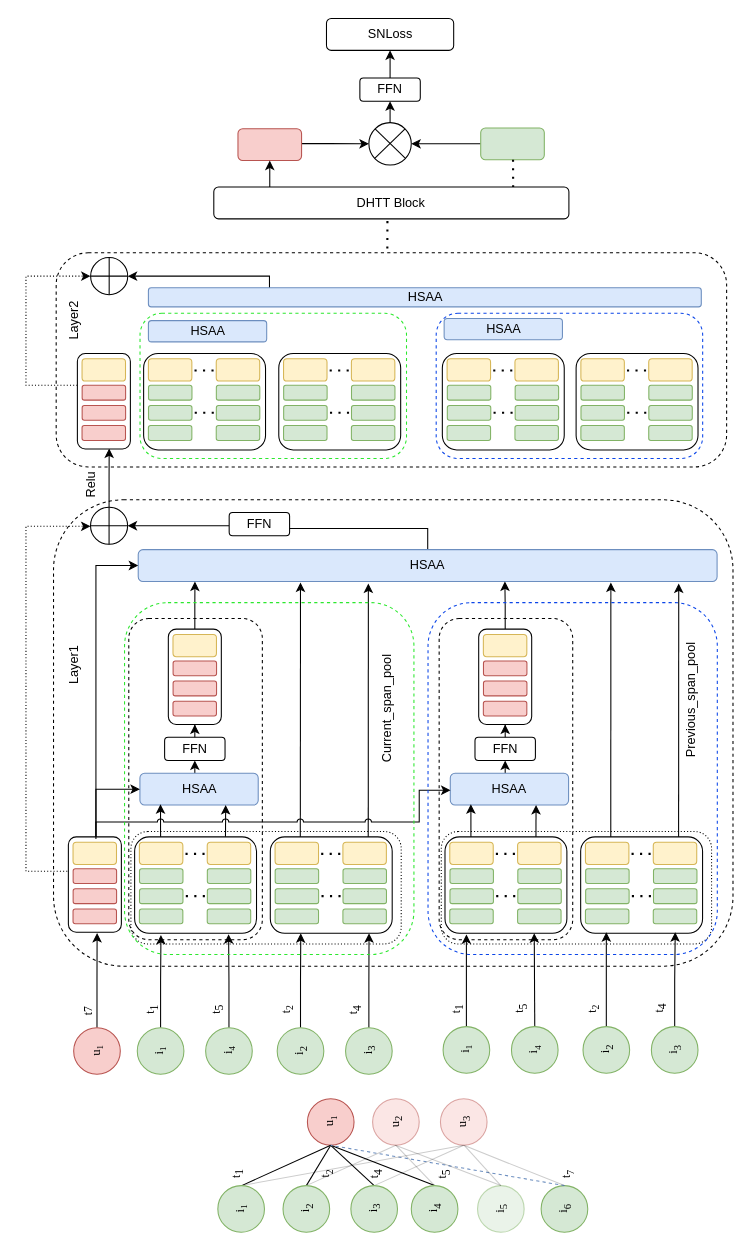
Earlier version of the draw.io diagram MyGNN_easy.drawio (ZYNsama666/BackUp). Source tidied: cells renumbered, new cells numbered last; positions are measured from the earlier drawing's top-left corner, leaving out a move shared by most shapes. Both pictures are drawn from the tidied source at 106%, with x=0, y=0 at pixel (25, 18).
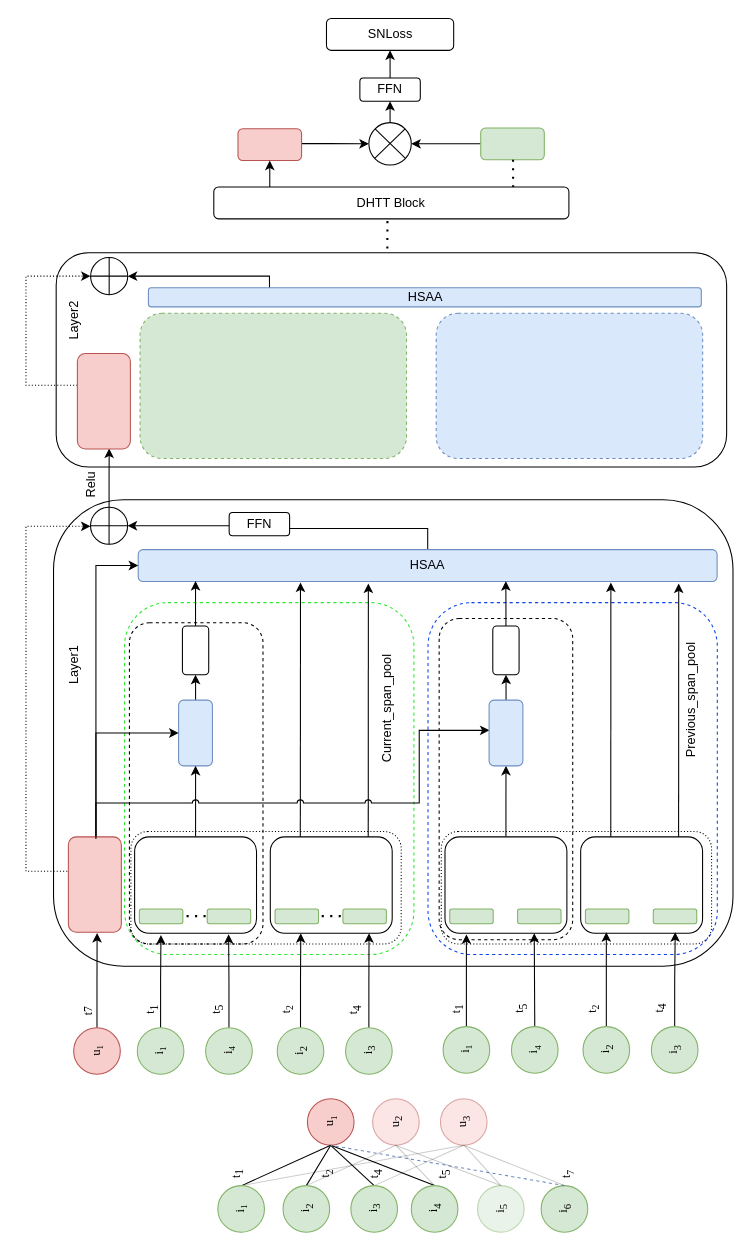
The same page after the edit.

The change refers to these unchanged cells:
```xml
<mxCell id="20" value="HSAA" style="rounded=1;whiteSpace=wrap;html=1;fillColor=#dae8fc;strokeColor=#6c8ebf;" parent="1" vertex="1">
  <mxGeometry x="105.9" y="501" width="546.1" height="30" as="geometry" />
</mxCell>
<mxCell id="148" style="rounded=1;whiteSpace=wrap;html=1;" parent="1" vertex="1">
  <mxGeometry x="102.5" y="772" width="115" height="91" as="geometry" />
</mxCell>
<mxCell id="186" style="rounded=1;whiteSpace=wrap;html=1;" parent="1" vertex="1">
  <mxGeometry x="395.3" y="772" width="115" height="91" as="geometry" />
</mxCell>
```

What changed in the source:
```diff
@@
+    <mxCell id="223" style="rounded=1;whiteSpace=wrap;html=1;dashed=1;fillColor=none;strokeColor=#0C46E8;" parent="1" vertex="1">
+      <mxGeometry x="379.3" y="551" width="272.9" height="332" as="geometry" />
+    </mxCell>
+    <mxCell id="221" style="rounded=1;whiteSpace=wrap;html=1;dashed=1;fillColor=none;strokeColor=#2ce82f;" parent="1" vertex="1">
+      <mxGeometry x="93" y="551" width="273" height="332" as="geometry" />
+    </mxCell>
-    <mxCell id="2" style="rounded=1;whiteSpace=wrap;html=1;dashed=1;fillColor=none;glass=0;" parent="1" vertex="1">
+    <mxCell id="2" style="rounded=1;whiteSpace=wrap;html=1;fillColor=none;glass=0;strokeColor=default;" parent="1" vertex="1">
       <mxGeometry x="26" y="454" width="641" height="440" as="geometry" />
     </mxCell>
     <mxCell id="3" style="rounded=1;whiteSpace=wrap;html=1;dashed=1;" parent="1" vertex="1">
-      <mxGeometry x="97" y="566" width="126" height="303" as="geometry" />
+      <mxGeometry x="97.6" y="570" width="126" height="303" as="geometry" />
     </mxCell>
@@
-    <mxCell id="5" style="rounded=1;whiteSpace=wrap;html=1;dashed=1;fillColor=none;" parent="1" vertex="1">
+    <mxCell id="5" style="rounded=1;whiteSpace=wrap;html=1;fillColor=none;" parent="1" vertex="1">
       <mxGeometry x="28.5" y="221" width="632.5" height="202" as="geometry" />
     </mxCell>
@@
-    <mxCell id="21" style="edgeStyle=orthogonalEdgeStyle;rounded=0;jettySize=auto;html=1;entryX=0.5;entryY=1;entryDx=0;entryDy=0;" parent="1" edge="1" target="27">
-      <mxGeometry relative="1" as="geometry">
-        <mxPoint x="159.3" y="712" as="sourcePoint" />
-      </mxGeometry>
-    </mxCell>
+    <mxCell id="231" style="edgeStyle=orthogonalEdgeStyle;rounded=0;jettySize=auto;html=1;" parent="1" edge="1" source="22" target="27">
+      <mxGeometry relative="1" as="geometry" />
+    </mxCell>
-    <mxCell id="22" value="HSAA" style="rounded=1;whiteSpace=wrap;html=1;fillColor=#dae8fc;strokeColor=#6c8ebf;" parent="1" vertex="1">
-      <mxGeometry x="107.5" y="712" width="111.6" height="30" as="geometry" />
+    <mxCell id="22" style="rounded=1;whiteSpace=wrap;html=1;fillColor=#dae8fc;strokeColor=#6c8ebf;" parent="1" vertex="1">
+      <mxGeometry x="144" y="643" width="31.9" height="62" as="geometry" />
     </mxCell>
     <mxCell id="23" style="edgeStyle=orthogonalEdgeStyle;rounded=0;jettySize=auto;html=1;entryX=0;entryY=0.5;entryDx=0;entryDy=0;" parent="1" edge="1" target="22">
       <mxGeometry relative="1" as="geometry">
         <mxPoint x="66" y="774" as="sourcePoint" />
         <Array as="points">
-          <mxPoint x="66" y="727" />
+          <mxPoint x="66" y="674" />
         </Array>
       </mxGeometry>
     </mxCell>
@@
-    <mxCell id="26" style="edgeStyle=orthogonalEdgeStyle;rounded=0;jettySize=auto;html=1;entryX=0.5;entryY=1;entryDx=0;entryDy=0;" parent="1" edge="1" source="27" target="138">
-      <mxGeometry relative="1" as="geometry" />
-    </mxCell>
+    <mxCell id="232" style="edgeStyle=orthogonalEdgeStyle;rounded=0;jettySize=auto;html=1;entryX=0.099;entryY=0.988;entryDx=0;entryDy=0;entryPerimeter=0;" parent="1" edge="1" source="27" target="20">
+      <mxGeometry relative="1" as="geometry" />
+    </mxCell>
-    <mxCell id="27" value="FFN" style="rounded=1;whiteSpace=wrap;html=1;" parent="1" vertex="1">
-      <mxGeometry x="130.8" y="678" width="57" height="22" as="geometry" />
+    <mxCell id="27" style="rounded=1;whiteSpace=wrap;html=1;" parent="1" vertex="1">
+      <mxGeometry x="147.6" y="573" width="24.8" height="46" as="geometry" />
     </mxCell>
-    <mxCell id="28" style="endArrow=classic;html=1;rounded=0;exitX=0.217;exitY=-0.001;exitDx=0;exitDy=0;exitPerimeter=0;entryX=0.174;entryY=0.976;entryDx=0;entryDy=0;entryPerimeter=0;" parent="1" edge="1" target="22">
-      <mxGeometry relative="1" as="geometry">
-        <mxPoint x="127" y="773.9" as="sourcePoint" />
-      </mxGeometry>
-    </mxCell>
-    <mxCell id="29" style="endArrow=classic;html=1;rounded=0;exitX=0.75;exitY=0;exitDx=0;exitDy=0;entryX=0.725;entryY=0.998;entryDx=0;entryDy=0;entryPerimeter=0;" parent="1" edge="1" target="22">
-      <mxGeometry relative="1" as="geometry">
-        <mxPoint x="188.2" y="774" as="sourcePoint" />
-      </mxGeometry>
-    </mxCell>
@@
-    <mxCell id="37" style="rounded=1;whiteSpace=wrap;html=1;" parent="1" vertex="1">
+    <mxCell id="37" style="rounded=1;whiteSpace=wrap;html=1;fillColor=#f8cecc;strokeColor=#b85450;" parent="1" vertex="1">
       <mxGeometry x="48.5" y="316" width="50" height="90" as="geometry" />
     </mxCell>
-    <mxCell id="38" style="rounded=1;whiteSpace=wrap;html=1;fillColor=#f8cecc;strokeColor=#b85450;" parent="1" vertex="1">
-      <mxGeometry x="52.9" y="384" width="41" height="14" as="geometry" />
-    </mxCell>
-    <mxCell id="39" style="rounded=1;whiteSpace=wrap;html=1;fillColor=#fff2cc;strokeColor=#d6b656;" parent="1" vertex="1">
-      <mxGeometry x="52.9" y="321" width="41" height="21" as="geometry" />
-    </mxCell>
@@
-    <mxCell id="94" style="rounded=1;whiteSpace=wrap;html=1;fillColor=#f8cecc;strokeColor=#b85450;" parent="1" vertex="1">
-      <mxGeometry x="53" y="365" width="41" height="14" as="geometry" />
-    </mxCell>
-    <mxCell id="95" style="rounded=1;whiteSpace=wrap;html=1;fillColor=#f8cecc;strokeColor=#b85450;" parent="1" vertex="1">
-      <mxGeometry x="53" y="346" width="41" height="14" as="geometry" />
-    </mxCell>
@@
-    <mxCell id="137" style="edgeStyle=orthogonalEdgeStyle;rounded=0;jettySize=auto;html=1;entryX=0.098;entryY=1.005;entryDx=0;entryDy=0;entryPerimeter=0;" parent="1" edge="1" source="138" target="20">
-      <mxGeometry relative="1" as="geometry" />
-    </mxCell>
-    <mxCell id="138" style="rounded=1;whiteSpace=wrap;html=1;" parent="1" vertex="1">
-      <mxGeometry x="134.3" y="576" width="50" height="90" as="geometry" />
-    </mxCell>
-    <mxCell id="139" style="rounded=1;whiteSpace=wrap;html=1;fillColor=#f8cecc;strokeColor=#b85450;" parent="1" vertex="1">
-      <mxGeometry x="138.7" y="644" width="41" height="14" as="geometry" />
-    </mxCell>
-    <mxCell id="140" style="rounded=1;whiteSpace=wrap;html=1;fillColor=#fff2cc;strokeColor=#d6b656;" parent="1" vertex="1">
-      <mxGeometry x="138.7" y="581" width="41" height="21" as="geometry" />
-    </mxCell>
-    <mxCell id="141" style="rounded=1;whiteSpace=wrap;html=1;fillColor=#f8cecc;strokeColor=#b85450;" parent="1" vertex="1">
-      <mxGeometry x="138.8" y="625" width="41" height="14" as="geometry" />
-    </mxCell>
-    <mxCell id="142" style="rounded=1;whiteSpace=wrap;html=1;fillColor=#f8cecc;strokeColor=#b85450;" parent="1" vertex="1">
-      <mxGeometry x="138.8" y="606" width="41" height="14" as="geometry" />
-    </mxCell>
-    <mxCell id="143" style="rounded=1;whiteSpace=wrap;html=1;" parent="1" vertex="1">
+    <mxCell id="143" style="rounded=1;whiteSpace=wrap;html=1;fillColor=#f8cecc;strokeColor=#b85450;" parent="1" vertex="1">
       <mxGeometry x="40" y="772" width="50" height="90" as="geometry" />
     </mxCell>
-    <mxCell id="144" style="rounded=1;whiteSpace=wrap;html=1;fillColor=#f8cecc;strokeColor=#b85450;" parent="1" vertex="1">
-      <mxGeometry x="44.4" y="840" width="41" height="14" as="geometry" />
-    </mxCell>
-    <mxCell id="145" style="rounded=1;whiteSpace=wrap;html=1;fillColor=#fff2cc;strokeColor=#d6b656;" parent="1" vertex="1">
-      <mxGeometry x="44.4" y="777" width="41" height="21" as="geometry" />
-    </mxCell>
-    <mxCell id="146" style="rounded=1;whiteSpace=wrap;html=1;fillColor=#f8cecc;strokeColor=#b85450;" parent="1" vertex="1">
-      <mxGeometry x="44.5" y="821" width="41" height="14" as="geometry" />
-    </mxCell>
-    <mxCell id="147" style="rounded=1;whiteSpace=wrap;html=1;fillColor=#f8cecc;strokeColor=#b85450;" parent="1" vertex="1">
-      <mxGeometry x="44.5" y="802" width="41" height="14" as="geometry" />
-    </mxCell>
+    <mxCell id="233" style="edgeStyle=orthogonalEdgeStyle;rounded=0;jettySize=auto;html=1;" parent="1" edge="1" source="148" target="22">
+      <mxGeometry relative="1" as="geometry" />
+    </mxCell>
@@
-    <mxCell id="149" style="endArrow=none;dashed=1;html=1;dashPattern=1 3;strokeWidth=2;rounded=0;entryX=1;entryY=0.5;entryDx=0;entryDy=0;exitX=0;exitY=0.5;exitDx=0;exitDy=0;" parent="1" edge="1">
-      <mxGeometry relative="1" as="geometry">
-        <mxPoint x="168.8" y="827.9" as="sourcePoint" />
-        <mxPoint x="145.2" y="827.9" as="targetPoint" />
-      </mxGeometry>
-    </mxCell>
-    <mxCell id="150" style="endArrow=none;dashed=1;html=1;dashPattern=1 3;strokeWidth=2;rounded=0;entryX=1;entryY=0.5;entryDx=0;entryDy=0;" parent="1" edge="1">
-      <mxGeometry relative="1" as="geometry">
-        <mxPoint x="168.5" y="788" as="sourcePoint" />
-        <mxPoint x="145" y="788" as="targetPoint" />
-      </mxGeometry>
-    </mxCell>
@@
-    <mxCell id="152" style="rounded=1;whiteSpace=wrap;html=1;fillColor=#fff2cc;strokeColor=#d6b656;" parent="1" vertex="1">
-      <mxGeometry x="107" y="777" width="41" height="21" as="geometry" />
-    </mxCell>
-    <mxCell id="153" style="rounded=1;whiteSpace=wrap;html=1;fillColor=#d5e8d4;strokeColor=#82b366;" parent="1" vertex="1">
-      <mxGeometry x="107.1" y="821" width="41" height="14" as="geometry" />
-    </mxCell>
-    <mxCell id="154" style="rounded=1;whiteSpace=wrap;html=1;fillColor=#d5e8d4;strokeColor=#82b366;" parent="1" vertex="1">
-      <mxGeometry x="107.1" y="802" width="41" height="14" as="geometry" />
-    </mxCell>
@@
-    <mxCell id="156" style="rounded=1;whiteSpace=wrap;html=1;fillColor=#fff2cc;strokeColor=#d6b656;" parent="1" vertex="1">
-      <mxGeometry x="171" y="777" width="41" height="21" as="geometry" />
-    </mxCell>
-    <mxCell id="157" style="rounded=1;whiteSpace=wrap;html=1;fillColor=#d5e8d4;strokeColor=#82b366;" parent="1" vertex="1">
-      <mxGeometry x="171.1" y="821" width="41" height="14" as="geometry" />
-    </mxCell>
-    <mxCell id="158" style="rounded=1;whiteSpace=wrap;html=1;fillColor=#d5e8d4;strokeColor=#82b366;" parent="1" vertex="1">
-      <mxGeometry x="171.1" y="802" width="41" height="14" as="geometry" />
-    </mxCell>
@@
     <mxCell id="160" style="endArrow=none;dashed=1;html=1;dashPattern=1 3;strokeWidth=2;rounded=0;entryX=1;entryY=0.5;entryDx=0;entryDy=0;exitX=0;exitY=0.5;exitDx=0;exitDy=0;" parent="1" edge="1">
       <mxGeometry relative="1" as="geometry">
-        <mxPoint x="296.8" y="827.9" as="sourcePoint" />
-        <mxPoint x="273.2" y="827.9" as="targetPoint" />
+        <mxPoint x="297" y="846.8" as="sourcePoint" />
+        <mxPoint x="273.5" y="846.8" as="targetPoint" />
       </mxGeometry>
     </mxCell>
-    <mxCell id="161" style="endArrow=none;dashed=1;html=1;dashPattern=1 3;strokeWidth=2;rounded=0;entryX=1;entryY=0.5;entryDx=0;entryDy=0;" parent="1" edge="1">
-      <mxGeometry relative="1" as="geometry">
-        <mxPoint x="296.5" y="788" as="sourcePoint" />
-        <mxPoint x="273" y="788" as="targetPoint" />
-      </mxGeometry>
-    </mxCell>
@@
-    <mxCell id="163" style="rounded=1;whiteSpace=wrap;html=1;fillColor=#fff2cc;strokeColor=#d6b656;" parent="1" vertex="1">
-      <mxGeometry x="235" y="777" width="41" height="21" as="geometry" />
-    </mxCell>
-    <mxCell id="164" style="rounded=1;whiteSpace=wrap;html=1;fillColor=#d5e8d4;strokeColor=#82b366;" parent="1" vertex="1">
-      <mxGeometry x="235.1" y="821" width="41" height="14" as="geometry" />
-    </mxCell>
-    <mxCell id="165" style="rounded=1;whiteSpace=wrap;html=1;fillColor=#d5e8d4;strokeColor=#82b366;" parent="1" vertex="1">
-      <mxGeometry x="235.1" y="802" width="41" height="14" as="geometry" />
-    </mxCell>
@@
-    <mxCell id="167" style="rounded=1;whiteSpace=wrap;html=1;fillColor=#fff2cc;strokeColor=#d6b656;" parent="1" vertex="1">
-      <mxGeometry x="299" y="777" width="41" height="21" as="geometry" />
-    </mxCell>
-    <mxCell id="168" style="rounded=1;whiteSpace=wrap;html=1;fillColor=#d5e8d4;strokeColor=#82b366;" parent="1" vertex="1">
-      <mxGeometry x="299.1" y="821" width="41" height="14" as="geometry" />
-    </mxCell>
-    <mxCell id="169" style="rounded=1;whiteSpace=wrap;html=1;fillColor=#d5e8d4;strokeColor=#82b366;" parent="1" vertex="1">
-      <mxGeometry x="299.1" y="802" width="41" height="14" as="geometry" />
-    </mxCell>
@@
-    <mxCell id="172" style="edgeStyle=orthogonalEdgeStyle;rounded=0;jettySize=auto;html=1;entryX=0.5;entryY=1;entryDx=0;entryDy=0;" parent="1" edge="1" target="175">
-      <mxGeometry relative="1" as="geometry">
-        <mxPoint x="452.1" y="712" as="sourcePoint" />
-      </mxGeometry>
-    </mxCell>
-    <mxCell id="173" value="HSAA" style="rounded=1;whiteSpace=wrap;html=1;fillColor=#dae8fc;strokeColor=#6c8ebf;" parent="1" vertex="1">
-      <mxGeometry x="400.3" y="712" width="111.6" height="30" as="geometry" />
-    </mxCell>
-    <mxCell id="174" style="edgeStyle=orthogonalEdgeStyle;rounded=0;jettySize=auto;html=1;entryX=0.5;entryY=1;entryDx=0;entryDy=0;" parent="1" edge="1" source="175" target="181">
-      <mxGeometry relative="1" as="geometry" />
-    </mxCell>
-    <mxCell id="175" value="FFN" style="rounded=1;whiteSpace=wrap;html=1;" parent="1" vertex="1">
-      <mxGeometry x="423.6" y="678" width="57" height="22" as="geometry" />
-    </mxCell>
-    <mxCell id="176" style="endArrow=classic;html=1;rounded=0;exitX=0.217;exitY=-0.001;exitDx=0;exitDy=0;exitPerimeter=0;entryX=0.174;entryY=0.976;entryDx=0;entryDy=0;entryPerimeter=0;" parent="1" edge="1" target="173">
-      <mxGeometry relative="1" as="geometry">
-        <mxPoint x="419.8" y="773.9" as="sourcePoint" />
-      </mxGeometry>
-    </mxCell>
-    <mxCell id="177" style="endArrow=classic;html=1;rounded=0;exitX=0.75;exitY=0;exitDx=0;exitDy=0;entryX=0.725;entryY=0.998;entryDx=0;entryDy=0;entryPerimeter=0;" parent="1" edge="1" target="173">
-      <mxGeometry relative="1" as="geometry">
-        <mxPoint x="481.1" y="774" as="sourcePoint" />
-      </mxGeometry>
-    </mxCell>
@@
-    <mxCell id="180" style="edgeStyle=orthogonalEdgeStyle;rounded=0;jettySize=auto;html=1;entryX=0.098;entryY=1.005;entryDx=0;entryDy=0;entryPerimeter=0;" parent="1" edge="1" source="181">
-      <mxGeometry relative="1" as="geometry">
-        <mxPoint x="451.8" y="531" as="targetPoint" />
-      </mxGeometry>
-    </mxCell>
-    <mxCell id="181" style="rounded=1;whiteSpace=wrap;html=1;" parent="1" vertex="1">
-      <mxGeometry x="427.1" y="576" width="50" height="90" as="geometry" />
-    </mxCell>
-    <mxCell id="182" style="rounded=1;whiteSpace=wrap;html=1;fillColor=#f8cecc;strokeColor=#b85450;" parent="1" vertex="1">
-      <mxGeometry x="431.5" y="644" width="41" height="14" as="geometry" />
-    </mxCell>
-    <mxCell id="183" style="rounded=1;whiteSpace=wrap;html=1;fillColor=#fff2cc;strokeColor=#d6b656;" parent="1" vertex="1">
-      <mxGeometry x="431.5" y="581" width="41" height="21" as="geometry" />
-    </mxCell>
-    <mxCell id="184" style="rounded=1;whiteSpace=wrap;html=1;fillColor=#f8cecc;strokeColor=#b85450;" parent="1" vertex="1">
-      <mxGeometry x="431.6" y="625" width="41" height="14" as="geometry" />
-    </mxCell>
-    <mxCell id="185" style="rounded=1;whiteSpace=wrap;html=1;fillColor=#f8cecc;strokeColor=#b85450;" parent="1" vertex="1">
-      <mxGeometry x="431.6" y="606" width="41" height="14" as="geometry" />
-    </mxCell>
+    <mxCell id="234" style="edgeStyle=orthogonalEdgeStyle;rounded=0;jettySize=auto;html=1;entryX=0.5;entryY=1;entryDx=0;entryDy=0;" parent="1" edge="1" source="186" target="237">
+      <mxGeometry relative="1" as="geometry" />
+    </mxCell>
@@
-    <mxCell id="187" style="endArrow=none;dashed=1;html=1;dashPattern=1 3;strokeWidth=2;rounded=0;entryX=1;entryY=0.5;entryDx=0;entryDy=0;exitX=0;exitY=0.5;exitDx=0;exitDy=0;" parent="1" edge="1">
-      <mxGeometry relative="1" as="geometry">
-        <mxPoint x="461.6" y="827.9" as="sourcePoint" />
-        <mxPoint x="438.1" y="827.9" as="targetPoint" />
-      </mxGeometry>
-    </mxCell>
-    <mxCell id="188" style="endArrow=none;dashed=1;html=1;dashPattern=1 3;strokeWidth=2;rounded=0;entryX=1;entryY=0.5;entryDx=0;entryDy=0;" parent="1" edge="1">
-      <mxGeometry relative="1" as="geometry">
-        <mxPoint x="461.3" y="788" as="sourcePoint" />
-        <mxPoint x="437.8" y="788" as="targetPoint" />
-      </mxGeometry>
-    </mxCell>
@@
-    <mxCell id="190" style="rounded=1;whiteSpace=wrap;html=1;fillColor=#fff2cc;strokeColor=#d6b656;" parent="1" vertex="1">
-      <mxGeometry x="399.8" y="777" width="41" height="21" as="geometry" />
-    </mxCell>
-    <mxCell id="191" style="rounded=1;whiteSpace=wrap;html=1;fillColor=#d5e8d4;strokeColor=#82b366;" parent="1" vertex="1">
-      <mxGeometry x="400" y="821" width="41" height="14" as="geometry" />
-    </mxCell>
-    <mxCell id="192" style="rounded=1;whiteSpace=wrap;html=1;fillColor=#d5e8d4;strokeColor=#82b366;" parent="1" vertex="1">
-      <mxGeometry x="400" y="802" width="41" height="14" as="geometry" />
-    </mxCell>
@@
-    <mxCell id="194" style="rounded=1;whiteSpace=wrap;html=1;fillColor=#fff2cc;strokeColor=#d6b656;" parent="1" vertex="1">
-      <mxGeometry x="463.8" y="777" width="41" height="21" as="geometry" />
-    </mxCell>
-    <mxCell id="195" style="rounded=1;whiteSpace=wrap;html=1;fillColor=#d5e8d4;strokeColor=#82b366;" parent="1" vertex="1">
-      <mxGeometry x="464" y="821" width="41" height="14" as="geometry" />
-    </mxCell>
-    <mxCell id="196" style="rounded=1;whiteSpace=wrap;html=1;fillColor=#d5e8d4;strokeColor=#82b366;" parent="1" vertex="1">
-      <mxGeometry x="464" y="802" width="41" height="14" as="geometry" />
-    </mxCell>
@@
-    <mxCell id="198" style="endArrow=none;dashed=1;html=1;dashPattern=1 3;strokeWidth=2;rounded=0;entryX=1;entryY=0.5;entryDx=0;entryDy=0;exitX=0;exitY=0.5;exitDx=0;exitDy=0;" parent="1" edge="1">
-      <mxGeometry relative="1" as="geometry">
-        <mxPoint x="589.6" y="827.9" as="sourcePoint" />
-        <mxPoint x="566.1" y="827.9" as="targetPoint" />
-      </mxGeometry>
-    </mxCell>
-    <mxCell id="199" style="endArrow=none;dashed=1;html=1;dashPattern=1 3;strokeWidth=2;rounded=0;entryX=1;entryY=0.5;entryDx=0;entryDy=0;" parent="1" edge="1">
-      <mxGeometry relative="1" as="geometry">
-        <mxPoint x="589.3" y="788" as="sourcePoint" />
-        <mxPoint x="565.8" y="788" as="targetPoint" />
-      </mxGeometry>
-    </mxCell>
@@
-    <mxCell id="201" style="rounded=1;whiteSpace=wrap;html=1;fillColor=#fff2cc;strokeColor=#d6b656;" parent="1" vertex="1">
-      <mxGeometry x="527.8" y="777" width="41" height="21" as="geometry" />
-    </mxCell>
-    <mxCell id="202" style="rounded=1;whiteSpace=wrap;html=1;fillColor=#d5e8d4;strokeColor=#82b366;" parent="1" vertex="1">
-      <mxGeometry x="528" y="821" width="41" height="14" as="geometry" />
-    </mxCell>
-    <mxCell id="203" style="rounded=1;whiteSpace=wrap;html=1;fillColor=#d5e8d4;strokeColor=#82b366;" parent="1" vertex="1">
-      <mxGeometry x="528" y="802" width="41" height="14" as="geometry" />
-    </mxCell>
@@
-    <mxCell id="205" style="rounded=1;whiteSpace=wrap;html=1;fillColor=#fff2cc;strokeColor=#d6b656;" parent="1" vertex="1">
-      <mxGeometry x="591.8" y="777" width="41" height="21" as="geometry" />
-    </mxCell>
-    <mxCell id="206" style="rounded=1;whiteSpace=wrap;html=1;fillColor=#d5e8d4;strokeColor=#82b366;" parent="1" vertex="1">
-      <mxGeometry x="592" y="821" width="41" height="14" as="geometry" />
-    </mxCell>
-    <mxCell id="207" style="rounded=1;whiteSpace=wrap;html=1;fillColor=#d5e8d4;strokeColor=#82b366;" parent="1" vertex="1">
-      <mxGeometry x="592" y="802" width="41" height="14" as="geometry" />
-    </mxCell>
-    <mxCell id="208" style="edgeStyle=orthogonalEdgeStyle;rounded=0;orthogonalLoop=1;jettySize=auto;html=1;entryX=0;entryY=0.5;entryDx=0;entryDy=0;jumpStyle=arc;" parent="1" edge="1">
+    <mxCell id="208" style="edgeStyle=orthogonalEdgeStyle;rounded=0;jettySize=auto;html=1;entryX=0.013;entryY=0.46;entryDx=0;entryDy=0;jumpStyle=arc;entryPerimeter=0;" parent="1" edge="1" target="237">
       <mxGeometry relative="1" as="geometry">
         <mxPoint x="66" y="774" as="sourcePoint" />
-        <mxPoint x="400.5" y="728" as="targetPoint" />
         <Array as="points">
-          <mxPoint x="66" y="758" />
-          <mxPoint x="371" y="758" />
-          <mxPoint x="371" y="728" />
+          <mxPoint x="66" y="740" />
+          <mxPoint x="371" y="740" />
+          <mxPoint x="371" y="672" />
+          <mxPoint x="437" y="672" />
         </Array>
       </mxGeometry>
     </mxCell>
@@
-    <mxCell id="221" style="rounded=1;whiteSpace=wrap;html=1;dashed=1;fillColor=none;strokeColor=#2ce82f;" parent="1" vertex="1">
-      <mxGeometry x="93" y="551" width="273" height="332" as="geometry" />
-    </mxCell>
@@
-    <mxCell id="223" style="rounded=1;whiteSpace=wrap;html=1;dashed=1;fillColor=none;strokeColor=#0C46E8;" parent="1" vertex="1">
-      <mxGeometry x="379.3" y="551" width="272.9" height="332" as="geometry" />
-    </mxCell>
@@
-    <mxCell id="225" style="rounded=1;whiteSpace=wrap;html=1;dashed=1;fillColor=none;strokeColor=#2ce82f;" parent="1" vertex="1">
+    <mxCell id="225" style="rounded=1;whiteSpace=wrap;html=1;dashed=1;fillColor=#d5e8d4;strokeColor=#82b366;" parent="1" vertex="1">
       <mxGeometry x="107.6" y="278" width="251.4" height="137" as="geometry" />
     </mxCell>
-    <mxCell id="226" style="rounded=1;whiteSpace=wrap;html=1;dashed=1;fillColor=none;strokeColor=#0c46e8;" parent="1" vertex="1">
+    <mxCell id="226" style="rounded=1;whiteSpace=wrap;html=1;dashed=1;fillColor=#dae8fc;strokeColor=#6c8ebf;" parent="1" vertex="1">
       <mxGeometry x="387" y="278" width="251.4" height="137" as="geometry" />
     </mxCell>
@@
+    <mxCell id="235" style="endArrow=none;dashed=1;html=1;dashPattern=1 3;strokeWidth=2;rounded=0;entryX=1;entryY=0.5;entryDx=0;entryDy=0;exitX=0;exitY=0.5;exitDx=0;exitDy=0;" parent="1" edge="1">
+      <mxGeometry relative="1" as="geometry">
+        <mxPoint x="169.5" y="846.8" as="sourcePoint" />
+        <mxPoint x="146" y="846.8" as="targetPoint" />
+      </mxGeometry>
+    </mxCell>
+    <mxCell id="236" style="edgeStyle=orthogonalEdgeStyle;rounded=0;jettySize=auto;html=1;" parent="1" edge="1" source="237" target="239">
+      <mxGeometry relative="1" as="geometry" />
+    </mxCell>
+    <mxCell id="237" style="rounded=1;whiteSpace=wrap;html=1;fillColor=#dae8fc;strokeColor=#6c8ebf;" parent="1" vertex="1">
+      <mxGeometry x="436.9" y="643" width="31.9" height="62" as="geometry" />
+    </mxCell>
+    <mxCell id="238" style="edgeStyle=orthogonalEdgeStyle;rounded=0;jettySize=auto;html=1;entryX=0.635;entryY=0.992;entryDx=0;entryDy=0;entryPerimeter=0;" parent="1" edge="1" source="239" target="20">
+      <mxGeometry relative="1" as="geometry" />
+    </mxCell>
+    <mxCell id="239" style="rounded=1;whiteSpace=wrap;html=1;" parent="1" vertex="1">
+      <mxGeometry x="440.4" y="573" width="24.8" height="46" as="geometry" />
+    </mxCell>
```
